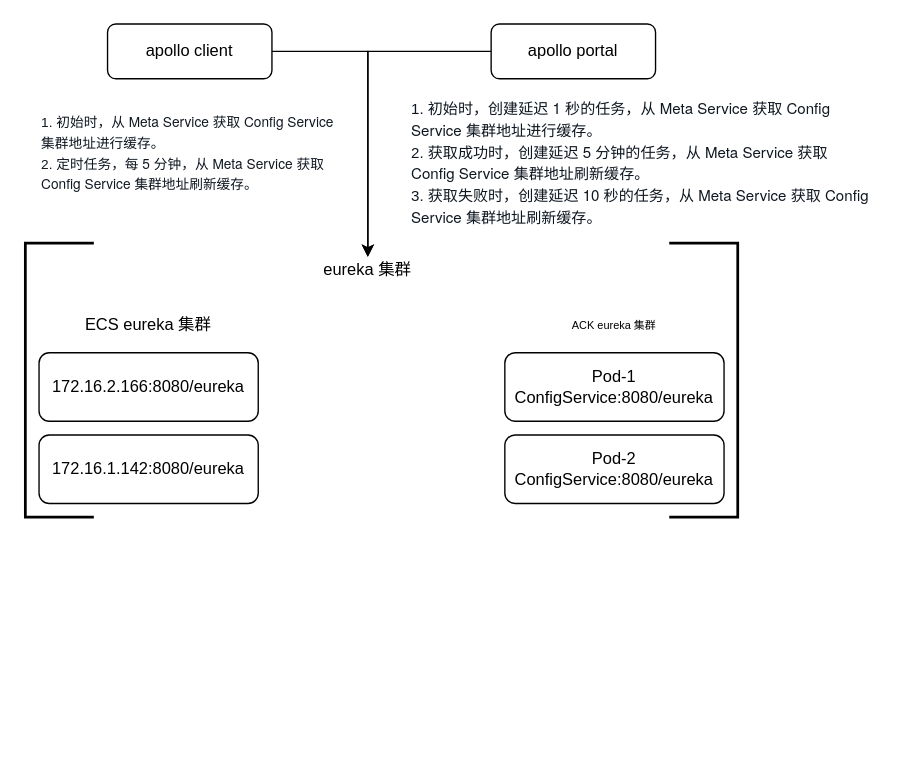
Earlier version of the draw.io diagram page "5meta server" (2 of 7) of Untitled Diagram.drawio (RockyLOMO/devops-java-sample). Source tidied: cells renumbered, new cells numbered last; positions are measured from the earlier drawing's top-left corner, leaving out a move shared by most shapes. Both pictures are drawn from the tidied source at 137%, with x=0, y=0 at pixel (25, 23).
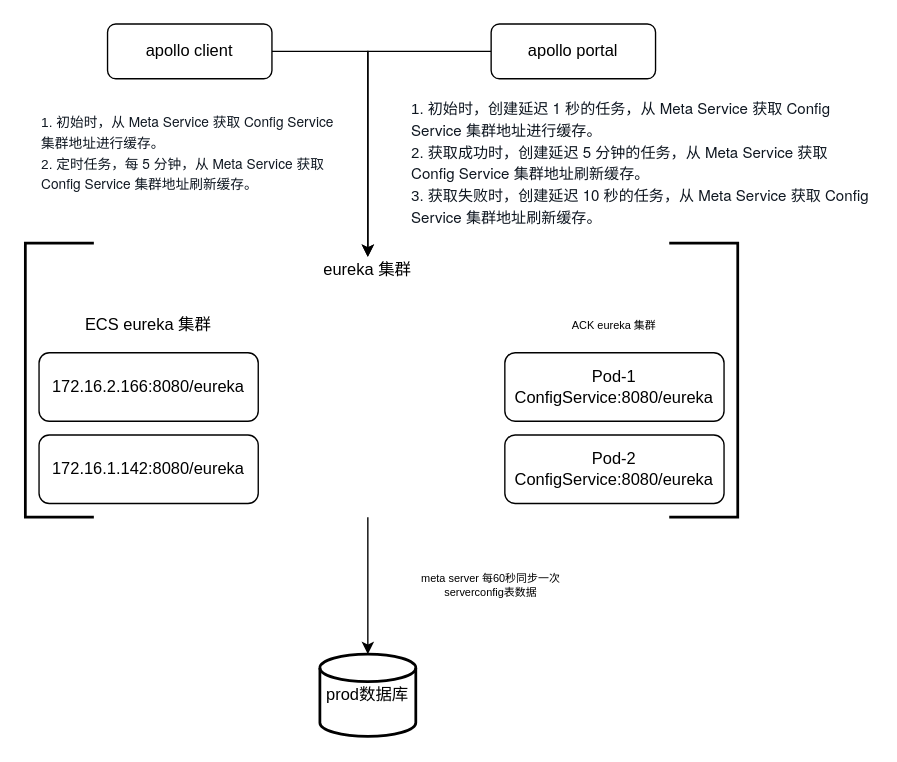
The same page after the edit.

Change to the diagram source:
```diff
@@
+    <mxCell id="17" value="prod数据库" style="strokeWidth=2;html=1;shape=mxgraph.flowchart.database;whiteSpace=wrap;" parent="1" vertex="1">
+      <mxGeometry x="215" y="460" width="70" height="60" as="geometry" />
+    </mxCell>
+    <mxCell id="18" style="endArrow=classic;html=1;fontSize=8;" parent="1" edge="1" target="17">
+      <mxGeometry relative="1" as="geometry">
+        <mxPoint x="250" y="360" as="sourcePoint" />
+      </mxGeometry>
+    </mxCell>
+    <mxCell id="19" value="meta server 每60秒同步一次serverconfig表数据" style="text;html=1;strokeColor=none;fillColor=none;align=center;verticalAlign=middle;whiteSpace=wrap;rounded=0;fontSize=8;" parent="1" vertex="1">
+      <mxGeometry x="270" y="380" width="140" height="60" as="geometry" />
+    </mxCell>
```
